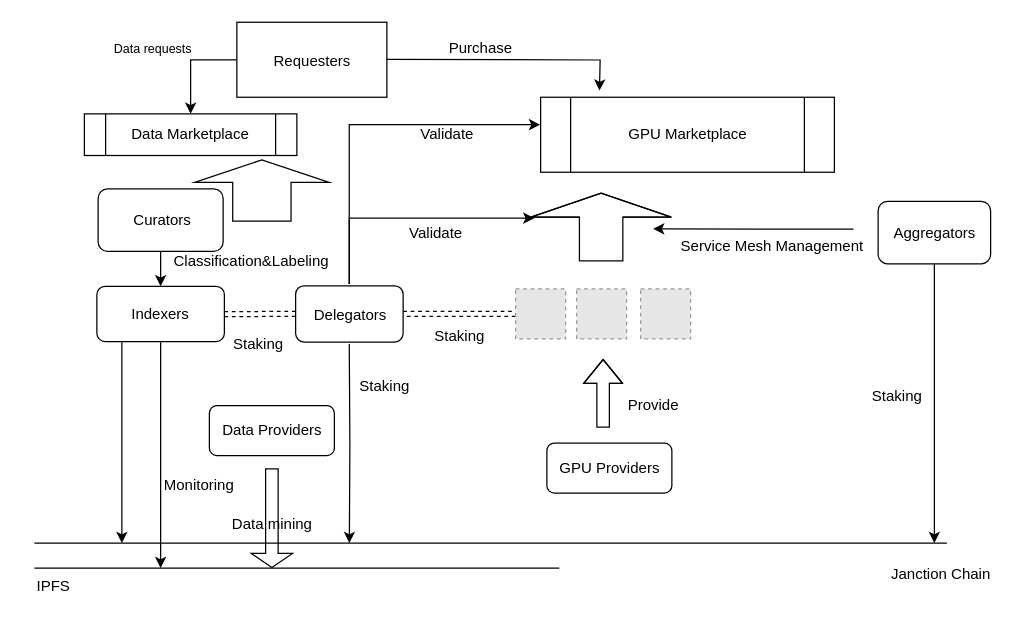
Earlier version of the draw.io diagram Actor Model.drawio (Janction-R-D/janction-docs). Source tidied: cells renumbered, new cells numbered last; positions are measured from the earlier drawing's top-left corner, leaving out a move shared by most shapes. Both pictures are drawn from the tidied source at 125%, with x=0, y=0 at pixel (21, 21). Pictures stored in the file or linked from it are replaced by grey dashed boxes.
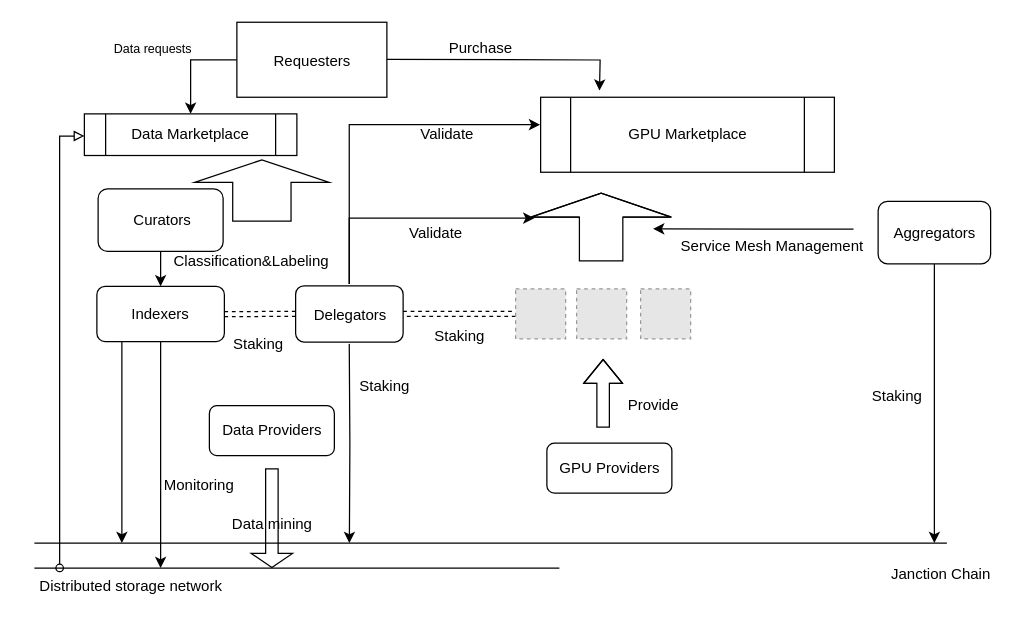
Above is the later version.

Diff of the diagram source:
```diff
@@
-    <mxCell id="40" value="IPFS" style="text;html=1;align=center;verticalAlign=middle;points=[];strokeColor=none;fillColor=none;" parent="1" vertex="1">
-      <mxGeometry y="437" width="50" height="30" as="geometry" />
+    <mxCell id="40" value="Distributed storage network" style="text;html=1;align=center;verticalAlign=middle;points=[];strokeColor=none;fillColor=none;" parent="1" vertex="1">
+      <mxGeometry x="2" y="437" width="170" height="30" as="geometry" />
     </mxCell>
@@
+    <mxCell id="52" style="edgeStyle=orthogonalEdgeStyle;rounded=0;jettySize=auto;html=1;exitX=0;exitY=0.5;exitDx=0;exitDy=0;endArrow=oval;endFill=0;startArrow=block;startFill=0;entryX=0.166;entryY=-0.004;entryDx=0;entryDy=0;entryPerimeter=0;" parent="1" edge="1" target="40">
+      <mxGeometry relative="1" as="geometry">
+        <mxPoint x="50" y="91.3" as="sourcePoint" />
+        <Array as="points">
+          <mxPoint x="30" y="91" />
+        </Array>
+      </mxGeometry>
+    </mxCell>
```
